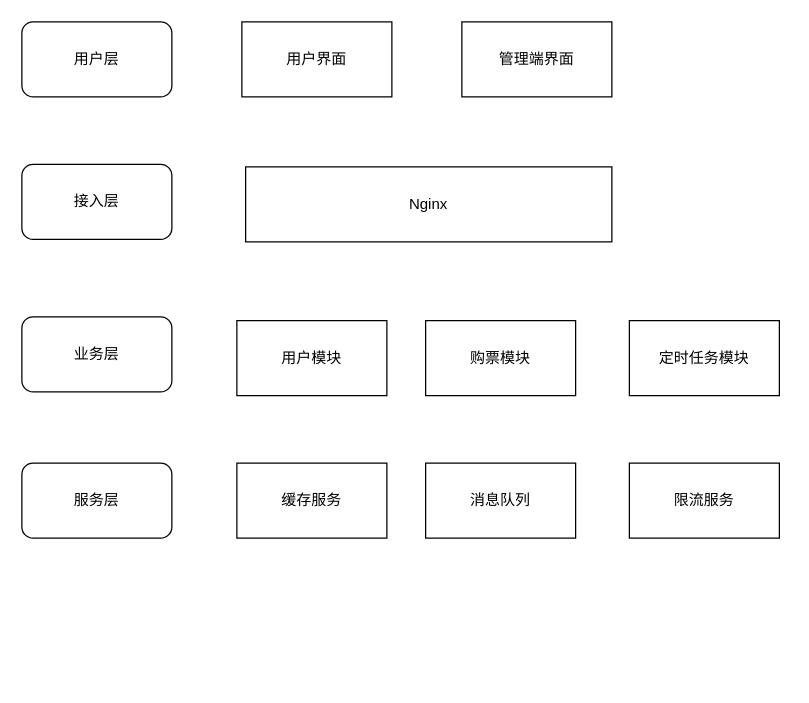
Earlier version of the draw.io diagram 系统架构.drawio (njauwj/draw). Source tidied: cells renumbered, new cells numbered last; positions are measured from the earlier drawing's top-left corner, leaving out a move shared by most shapes. Both pictures are drawn from the tidied source at 125%, with x=0, y=0 at pixel (21, 21).
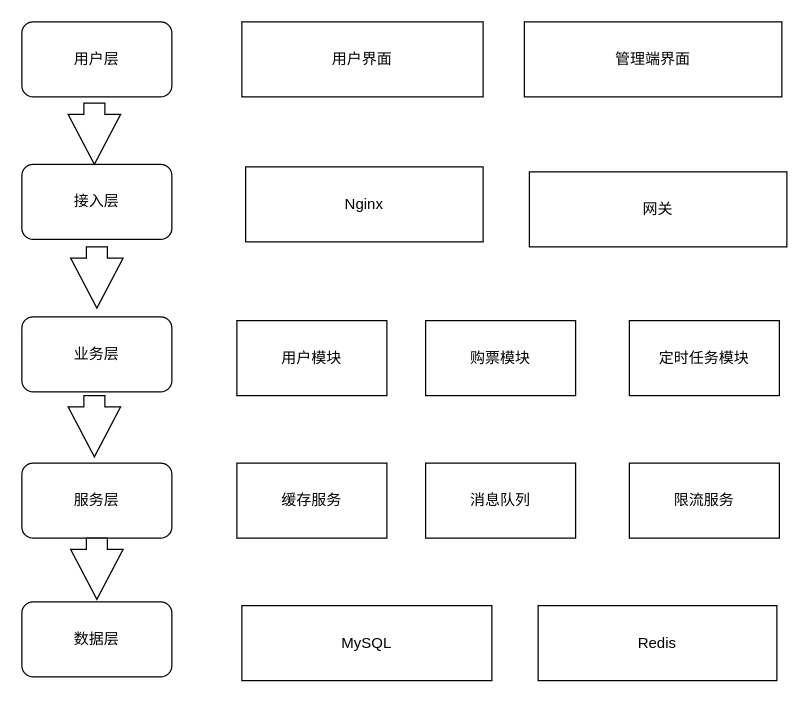
After the change.

Commit message (it also covers changes not shown here):
更新系统架构.drawio

The edit, as a diff of the source:
```diff
@@
     <mxCell id="3" value="用户界面" style="rounded=0;whiteSpace=wrap;html=1;" parent="1" vertex="1">
-      <mxGeometry x="176" width="120" height="60" as="geometry" />
+      <mxGeometry x="176" width="193" height="60" as="geometry" />
     </mxCell>
     <mxCell id="4" value="管理端界面" style="rounded=0;whiteSpace=wrap;html=1;" parent="1" vertex="1">
-      <mxGeometry x="352" width="120" height="60" as="geometry" />
+      <mxGeometry x="402" width="206" height="60" as="geometry" />
     </mxCell>
@@
     <mxCell id="6" value="Nginx" style="rounded=0;whiteSpace=wrap;html=1;" parent="1" vertex="1">
-      <mxGeometry x="179" y="116" width="293" height="60" as="geometry" />
+      <mxGeometry x="179" y="116" width="190" height="60" as="geometry" />
     </mxCell>
@@
+    <mxCell id="15" value="数据层" style="rounded=1;whiteSpace=wrap;html=1;" parent="1" vertex="1">
+      <mxGeometry y="464" width="120" height="60" as="geometry" />
+    </mxCell>
+    <mxCell id="16" value="MySQL" style="rounded=0;whiteSpace=wrap;html=1;" parent="1" vertex="1">
+      <mxGeometry x="176" y="467" width="200" height="60" as="geometry" />
+    </mxCell>
+    <mxCell id="17" value="Redis" style="rounded=0;whiteSpace=wrap;html=1;" parent="1" vertex="1">
+      <mxGeometry x="413" y="467" width="191" height="60" as="geometry" />
+    </mxCell>
+    <mxCell id="18" value="网关" style="rounded=0;whiteSpace=wrap;html=1;" parent="1" vertex="1">
+      <mxGeometry x="406" y="120" width="206" height="60" as="geometry" />
+    </mxCell>
+    <mxCell id="19" style="html=1;shadow=0;dashed=0;align=center;verticalAlign=middle;shape=mxgraph.arrows2.arrow;dy=0.6;dx=40;direction=south;notch=0;" parent="1" vertex="1">
+      <mxGeometry x="37" y="65" width="42" height="49" as="geometry" />
+    </mxCell>
+    <mxCell id="20" style="html=1;shadow=0;dashed=0;align=center;verticalAlign=middle;shape=mxgraph.arrows2.arrow;dy=0.6;dx=40;direction=south;notch=0;" parent="1" vertex="1">
+      <mxGeometry x="39" y="180" width="42" height="49" as="geometry" />
+    </mxCell>
+    <mxCell id="21" style="html=1;shadow=0;dashed=0;align=center;verticalAlign=middle;shape=mxgraph.arrows2.arrow;dy=0.6;dx=40;direction=south;notch=0;" parent="1" vertex="1">
+      <mxGeometry x="37" y="299" width="42" height="49" as="geometry" />
+    </mxCell>
+    <mxCell id="22" style="html=1;shadow=0;dashed=0;align=center;verticalAlign=middle;shape=mxgraph.arrows2.arrow;dy=0.6;dx=40;direction=south;notch=0;" parent="1" vertex="1">
+      <mxGeometry x="39" y="413" width="42" height="49" as="geometry" />
+    </mxCell>
```
